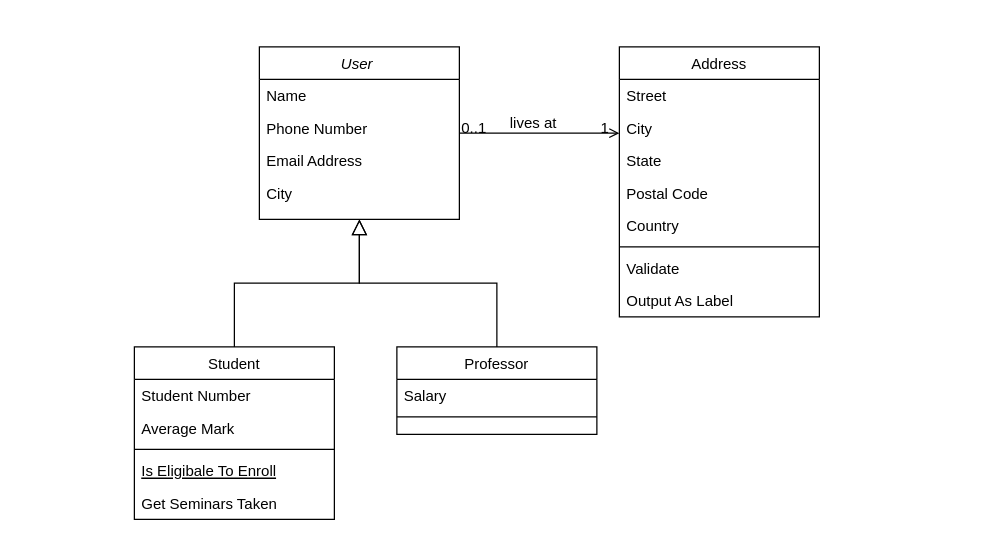
Above: Untitled Diagram.drawio in riyagarg26/database_design (draw.io), before the change. Source tidied: cells renumbered, new cells numbered last; positions are measured from the earlier drawing's top-left corner, leaving out a move shared by most shapes. Both pictures are drawn from the tidied source at 125%, with x=0, y=0 at pixel (134, 46).
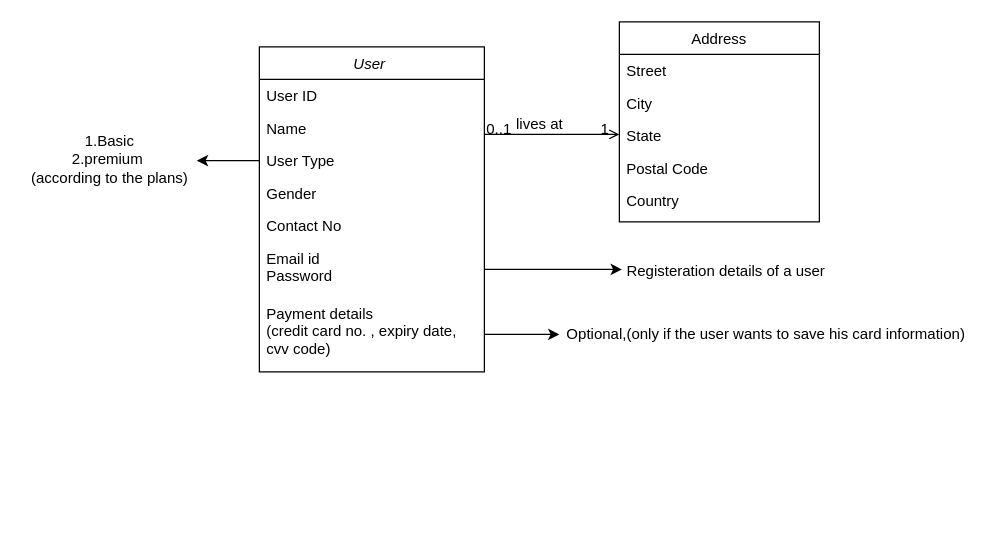
The same diagram, later.

The edit, as a diff of the source:
```diff
@@
     <mxCell id="2" value="User " style="swimlane;fontStyle=2;align=center;verticalAlign=top;horizontal=1;startSize=26;rounded=0;shadow=0;strokeWidth=1;" parent="1" vertex="1">
-      <mxGeometry x="100" width="160" height="138" as="geometry" />
+      <mxGeometry x="100" width="180" height="260" as="geometry" />
     </mxCell>
+    <mxCell id="31" value="User ID" style="text;align=left;verticalAlign=top;spacingLeft=4;spacingRight=4;overflow=hidden;" parent="2" vertex="1">
+      <mxGeometry y="26" width="180" height="26" as="geometry" />
+    </mxCell>
-    <mxCell id="3" value="Name" style="text;align=left;verticalAlign=top;spacingLeft=4;spacingRight=4;overflow=hidden;" parent="2" vertex="1">
-      <mxGeometry y="26" width="160" height="26" as="geometry" />
+    <mxCell id="3" value="Name" style="text;align=left;verticalAlign=top;spacingLeft=4;spacingRight=4;overflow=hidden;rounded=0;shadow=0;html=0;" parent="2" vertex="1">
+      <mxGeometry y="52" width="180" height="26" as="geometry" />
     </mxCell>
-    <mxCell id="4" value="Phone Number" style="text;align=left;verticalAlign=top;spacingLeft=4;spacingRight=4;overflow=hidden;rounded=0;shadow=0;html=0;" parent="2" vertex="1">
-      <mxGeometry y="52" width="160" height="26" as="geometry" />
-    </mxCell>
-    <mxCell id="5" value="Email Address" style="text;align=left;verticalAlign=top;spacingLeft=4;spacingRight=4;overflow=hidden;rounded=0;shadow=0;html=0;" parent="2" vertex="1">
-      <mxGeometry y="78" width="160" height="26" as="geometry" />
-    </mxCell>
-    <mxCell id="6" value="City &#10;" style="text;align=left;verticalAlign=top;spacingLeft=4;spacingRight=4;overflow=hidden;rounded=0;shadow=0;html=0;" parent="2" vertex="1">
-      <mxGeometry y="104" width="160" height="26" as="geometry" />
-    </mxCell>
-    <mxCell id="7" value="Student" style="swimlane;fontStyle=0;align=center;verticalAlign=top;horizontal=1;startSize=26;rounded=0;shadow=0;strokeWidth=1;" parent="1" vertex="1">
-      <mxGeometry y="240" width="160" height="138" as="geometry" />
-    </mxCell>
-    <mxCell id="8" value="Student Number" style="text;align=left;verticalAlign=top;spacingLeft=4;spacingRight=4;overflow=hidden;" parent="7" vertex="1">
-      <mxGeometry y="26" width="160" height="26" as="geometry" />
-    </mxCell>
-    <mxCell id="9" value="Average Mark" style="text;align=left;verticalAlign=top;spacingLeft=4;spacingRight=4;overflow=hidden;rounded=0;shadow=0;html=0;" parent="7" vertex="1">
-      <mxGeometry y="52" width="160" height="26" as="geometry" />
-    </mxCell>
-    <mxCell id="10" style="line;html=1;strokeWidth=1;align=left;verticalAlign=middle;spacingTop=-1;spacingLeft=3;spacingRight=3;labelPosition=right;" parent="7" vertex="1">
-      <mxGeometry y="78" width="160" height="8" as="geometry" />
-    </mxCell>
-    <mxCell id="11" value="Is Eligibale To Enroll" style="text;align=left;verticalAlign=top;spacingLeft=4;spacingRight=4;overflow=hidden;fontStyle=4;" parent="7" vertex="1">
-      <mxGeometry y="86" width="160" height="26" as="geometry" />
-    </mxCell>
-    <mxCell id="12" value="Get Seminars Taken" style="text;align=left;verticalAlign=top;spacingLeft=4;spacingRight=4;overflow=hidden;" parent="7" vertex="1">
-      <mxGeometry y="112" width="160" height="26" as="geometry" />
-    </mxCell>
-    <mxCell id="13" style="endArrow=block;endSize=10;endFill=0;shadow=0;strokeWidth=1;rounded=0;edgeStyle=elbowEdgeStyle;elbow=vertical;" parent="1" edge="1" source="7" target="2">
-      <mxGeometry relative="1" as="geometry" />
-    </mxCell>
-    <mxCell id="14" value="Professor" style="swimlane;fontStyle=0;align=center;verticalAlign=top;horizontal=1;startSize=26;rounded=0;shadow=0;strokeWidth=1;" parent="1" vertex="1">
-      <mxGeometry x="210" y="240" width="160" height="70" as="geometry" />
-    </mxCell>
-    <mxCell id="15" value="Salary" style="text;align=left;verticalAlign=top;spacingLeft=4;spacingRight=4;overflow=hidden;" parent="14" vertex="1">
-      <mxGeometry y="26" width="160" height="26" as="geometry" />
-    </mxCell>
-    <mxCell id="16" style="line;html=1;strokeWidth=1;align=left;verticalAlign=middle;spacingTop=-1;spacingLeft=3;spacingRight=3;labelPosition=right;" parent="14" vertex="1">
-      <mxGeometry y="52" width="160" height="8" as="geometry" />
-    </mxCell>
-    <mxCell id="17" style="endArrow=block;endSize=10;endFill=0;shadow=0;strokeWidth=1;rounded=0;edgeStyle=elbowEdgeStyle;elbow=vertical;" parent="1" edge="1" source="14" target="2">
-      <mxGeometry relative="1" as="geometry" />
-    </mxCell>
+    <mxCell id="32" value="User Type" style="text;align=left;verticalAlign=top;spacingLeft=4;spacingRight=4;overflow=hidden;points=[[0,0.5],[1,0.5]];portConstraint=eastwest;rounded=0;shadow=0;html=0;" parent="2" vertex="1">
+      <mxGeometry y="78" width="180" height="26" as="geometry" />
+    </mxCell>
+    <mxCell id="33" value="Gender&#10;" style="text;align=left;verticalAlign=top;spacingLeft=4;spacingRight=4;overflow=hidden;rounded=0;shadow=0;html=0;" parent="2" vertex="1">
+      <mxGeometry y="104" width="180" height="26" as="geometry" />
+    </mxCell>
+    <mxCell id="34" value="Contact No" style="text;align=left;verticalAlign=top;spacingLeft=4;spacingRight=4;overflow=hidden;rounded=0;shadow=0;html=0;" parent="2" vertex="1">
+      <mxGeometry y="130" width="180" height="26" as="geometry" />
+    </mxCell>
+    <mxCell id="35" value="Email id &#10;Password" style="text;align=left;verticalAlign=top;spacingLeft=4;spacingRight=4;overflow=hidden;points=[[0,0.5],[1,0.5]];portConstraint=eastwest;rounded=0;shadow=0;html=0;" parent="2" vertex="1">
+      <mxGeometry y="156" width="180" height="44" as="geometry" />
+    </mxCell>
+    <mxCell id="36" value="Payment details &#10;(credit card no. , expiry date, &#10;cvv code)" style="text;align=left;verticalAlign=top;spacingLeft=4;spacingRight=4;overflow=hidden;points=[[0,0.5],[1,0.5]];portConstraint=eastwest;rounded=0;shadow=0;html=0;" parent="2" vertex="1">
+      <mxGeometry y="200" width="180" height="60" as="geometry" />
+    </mxCell>
+    <mxCell id="27" style="endArrow=open;shadow=0;strokeWidth=1;rounded=0;endFill=1;edgeStyle=elbowEdgeStyle;elbow=vertical;" parent="1" edge="1" source="2" target="18">
+      <mxGeometry x="0.5" y="41" relative="1" as="geometry">
+        <mxPoint x="-40" y="32" as="offset" />
+      </mxGeometry>
+    </mxCell>
+    <mxCell id="28" value="0..1" style="align=left;verticalAlign=bottom;labelBackgroundColor=none;fontSize=12;" parent="27" vertex="1">
+      <mxGeometry x="-1" relative="1" as="geometry">
+        <mxPoint y="4" as="offset" />
+      </mxGeometry>
+    </mxCell>
+    <mxCell id="29" value="1" style="align=right;verticalAlign=bottom;labelBackgroundColor=none;fontSize=12;" parent="27" vertex="1">
+      <mxGeometry x="1" relative="1" as="geometry">
+        <mxPoint x="-7" y="4" as="offset" />
+      </mxGeometry>
+    </mxCell>
+    <mxCell id="30" value="lives at" style="text;html=1;align=center;verticalAlign=middle;labelBackgroundColor=none;rounded=0;shadow=0;strokeWidth=1;fontSize=12;" parent="27" vertex="1">
+      <mxGeometry x="0.5" y="49" relative="1" as="geometry">
+        <mxPoint x="-38" y="40" as="offset" />
+      </mxGeometry>
+    </mxCell>
     <mxCell id="18" value="Address" style="swimlane;fontStyle=0;align=center;verticalAlign=top;horizontal=1;startSize=26;rounded=0;shadow=0;strokeWidth=1;" parent="1" vertex="1">
-      <mxGeometry x="388" width="160" height="216" as="geometry" />
+      <mxGeometry x="388" y="-20" width="160" height="160" as="geometry" />
     </mxCell>
@@
-    <mxCell id="24" style="line;html=1;strokeWidth=1;align=left;verticalAlign=middle;spacingTop=-1;spacingLeft=3;spacingRight=3;labelPosition=right;" parent="18" vertex="1">
-      <mxGeometry y="156" width="160" height="8" as="geometry" />
-    </mxCell>
-    <mxCell id="25" value="Validate" style="text;align=left;verticalAlign=top;spacingLeft=4;spacingRight=4;overflow=hidden;" parent="18" vertex="1">
-      <mxGeometry y="164" width="160" height="26" as="geometry" />
-    </mxCell>
-    <mxCell id="26" value="Output As Label" style="text;align=left;verticalAlign=top;spacingLeft=4;spacingRight=4;overflow=hidden;" parent="18" vertex="1">
-      <mxGeometry y="190" width="160" height="26" as="geometry" />
-    </mxCell>
-    <mxCell id="27" style="endArrow=open;shadow=0;strokeWidth=1;rounded=0;endFill=1;edgeStyle=elbowEdgeStyle;elbow=vertical;" parent="1" edge="1" source="2" target="18">
-      <mxGeometry x="0.5" y="41" relative="1" as="geometry">
-        <mxPoint x="-40" y="32" as="offset" />
-      </mxGeometry>
-    </mxCell>
-    <mxCell id="28" value="0..1" style="align=left;verticalAlign=bottom;labelBackgroundColor=none;fontSize=12;" parent="27" vertex="1">
-      <mxGeometry x="-1" relative="1" as="geometry">
-        <mxPoint y="4" as="offset" />
-      </mxGeometry>
-    </mxCell>
-    <mxCell id="29" value="1" style="align=right;verticalAlign=bottom;labelBackgroundColor=none;fontSize=12;" parent="27" vertex="1">
-      <mxGeometry x="1" relative="1" as="geometry">
-        <mxPoint x="-7" y="4" as="offset" />
-      </mxGeometry>
-    </mxCell>
-    <mxCell id="30" value="lives at" style="text;html=1;align=center;verticalAlign=middle;labelBackgroundColor=none;rounded=0;shadow=0;strokeWidth=1;fontSize=12;" parent="27" vertex="1">
-      <mxGeometry x="0.5" y="49" relative="1" as="geometry">
-        <mxPoint x="-38" y="40" as="offset" />
-      </mxGeometry>
-    </mxCell>
+    <mxCell id="37" style="edgeStyle=orthogonalEdgeStyle;rounded=0;jettySize=auto;html=1;" parent="1" edge="1" source="35">
+      <mxGeometry relative="1" as="geometry">
+        <mxPoint x="390" y="178" as="targetPoint" />
+      </mxGeometry>
+    </mxCell>
+    <mxCell id="38" value="Registeration details of a user" style="text;html=1;align=center;verticalAlign=middle;fillColor=none;strokeColor=none;rounded=0;" parent="1" vertex="1">
+      <mxGeometry x="388" y="170" width="170" height="20" as="geometry" />
+    </mxCell>
+    <mxCell id="39" style="edgeStyle=orthogonalEdgeStyle;rounded=0;jettySize=auto;html=1;" parent="1" edge="1" source="32">
+      <mxGeometry relative="1" as="geometry">
+        <mxPoint x="50" y="91" as="targetPoint" />
+      </mxGeometry>
+    </mxCell>
+    <mxCell id="40" value="1.Basic&lt;br&gt;2.premium&amp;nbsp;&lt;br&gt;(according to the plans)" style="text;html=1;align=center;verticalAlign=middle;fillColor=none;strokeColor=none;rounded=0;" parent="1" vertex="1">
+      <mxGeometry x="-90" y="65" width="140" height="50" as="geometry" />
+    </mxCell>
+    <mxCell id="41" style="edgeStyle=orthogonalEdgeStyle;rounded=0;jettySize=auto;html=1;exitX=1;exitY=0.5;exitDx=0;exitDy=0;" parent="1" edge="1" source="36">
+      <mxGeometry relative="1" as="geometry">
+        <mxPoint x="340" y="230" as="targetPoint" />
+      </mxGeometry>
+    </mxCell>
+    <mxCell id="42" value="Optional,(only if the user wants to save his card information)" style="text;html=1;align=center;verticalAlign=middle;fillColor=none;strokeColor=none;rounded=0;" parent="1" vertex="1">
+      <mxGeometry x="340" y="220" width="330" height="20" as="geometry" />
+    </mxCell>
```
